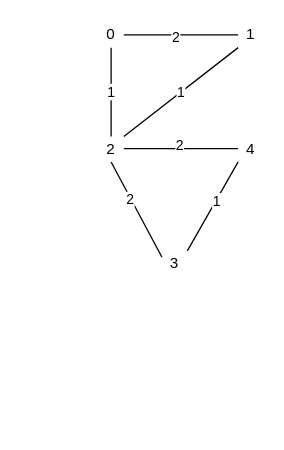
Before: PrimsAlgorithm.drawio in KaidenCoder/DrawIORepo, a draw.io diagram. Source tidied: cells renumbered, new cells numbered last; positions are measured from the earlier drawing's top-left corner, leaving out a move shared by most shapes. Both pictures are drawn from the tidied source at 127%, with x=0, y=0 at pixel (98, 22).
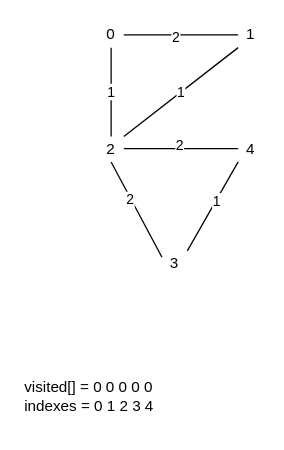
Above is the later version.

Diff of the diagram source:
```diff
@@
+    <mxCell id="17" value="visited[] = 0 0 0 0 0&lt;div&gt;indexes = 0 1 2 3 4&lt;/div&gt;" style="text;html=1;align=left;verticalAlign=middle;whiteSpace=wrap;rounded=0;" parent="1" vertex="1">
+      <mxGeometry x="-60" y="270" width="150" height="50" as="geometry" />
+    </mxCell>
```
